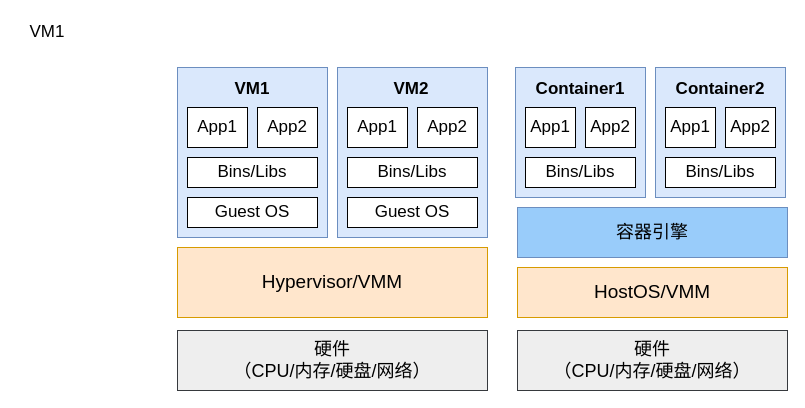
The draw.io diagram 虚拟化_容器.drawio in TouyamaRie/My_pictures, before the edit. Source tidied: cells renumbered, new cells numbered last; positions are measured from the earlier drawing's top-left corner, leaving out a move shared by most shapes. Both pictures are drawn from the tidied source at 100%, with x=0, y=0 at pixel (17, 17).
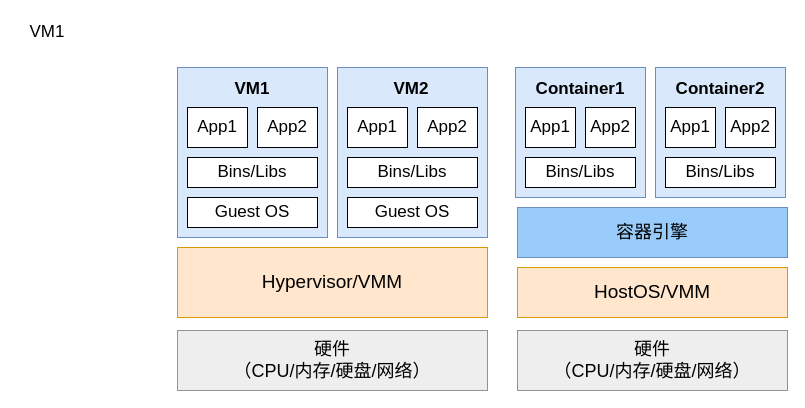
Above is the later version.

Commit message (it also covers changes not shown here):
更新虚拟化_容器.drawio

Diff of the diagram source:
```diff
@@
-    <mxCell id="2" value="&lt;font style=&quot;font-size: 18px;&quot;&gt;硬件&lt;/font&gt;&lt;div&gt;&lt;font style=&quot;font-size: 18px;&quot;&gt;（CPU/内存/硬盘/网络）&lt;/font&gt;&lt;/div&gt;" style="rounded=0;whiteSpace=wrap;html=1;fillColor=#eeeeee;strokeColor=#36393d;" parent="1" vertex="1">
+    <mxCell id="2" value="&lt;font style=&quot;font-size: 18px;&quot;&gt;硬件&lt;/font&gt;&lt;div&gt;&lt;font style=&quot;font-size: 18px;&quot;&gt;（CPU/内存/硬盘/网络）&lt;/font&gt;&lt;/div&gt;" style="rounded=0;whiteSpace=wrap;html=1;fillColor=#eeeeee;strokeColor=#939393;" parent="1" vertex="1">
       <mxGeometry x="160" y="313" width="310" height="60" as="geometry" />
     </mxCell>
-    <mxCell id="3" value="&lt;font style=&quot;font-size: 18px;&quot;&gt;硬件&lt;/font&gt;&lt;div&gt;&lt;font style=&quot;font-size: 18px;&quot;&gt;（CPU/内存/硬盘/网络）&lt;/font&gt;&lt;/div&gt;" style="rounded=0;whiteSpace=wrap;html=1;fillColor=#eeeeee;strokeColor=#36393d;" parent="1" vertex="1">
+    <mxCell id="3" value="&lt;font style=&quot;font-size: 18px;&quot;&gt;硬件&lt;/font&gt;&lt;div&gt;&lt;font style=&quot;font-size: 18px;&quot;&gt;（CPU/内存/硬盘/网络）&lt;/font&gt;&lt;/div&gt;" style="rounded=0;whiteSpace=wrap;html=1;fillColor=#eeeeee;strokeColor=#939393;" parent="1" vertex="1">
       <mxGeometry x="500" y="313" width="270" height="60" as="geometry" />
     </mxCell>
```
